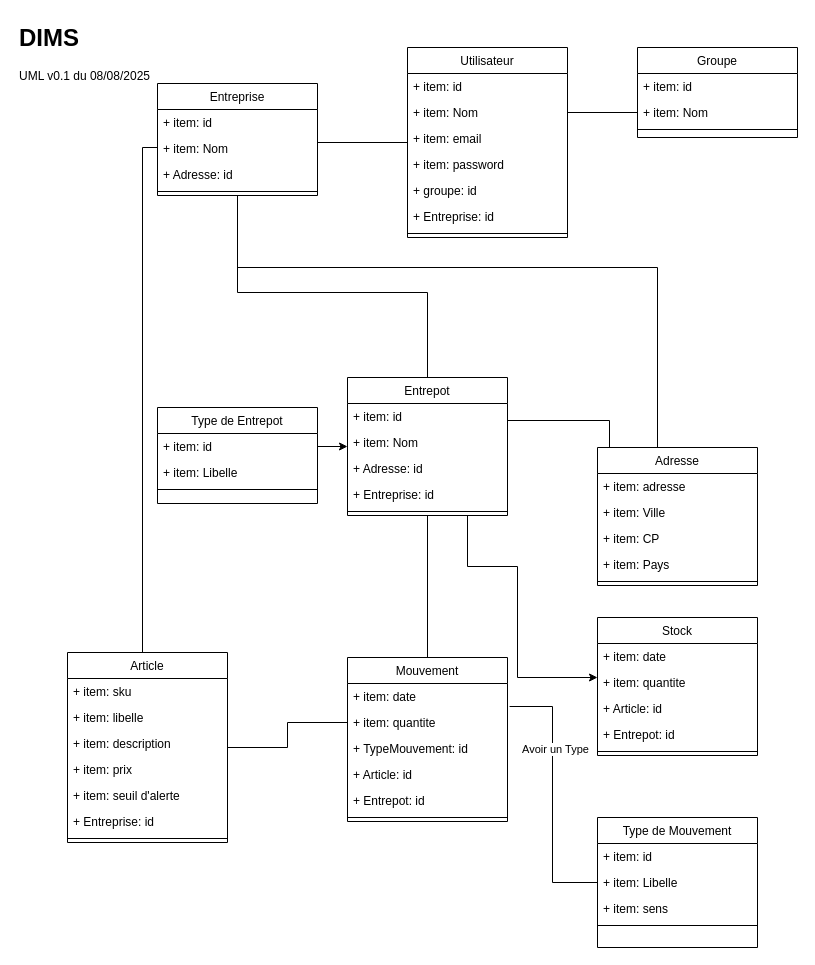
The draw.io diagram page "UML" (1 of 2) of dims.drawio in sm-github-repo/DIMS, before the edit. Source tidied: cells renumbered, new cells numbered last; positions are measured from the earlier drawing's top-left corner, leaving out a move shared by most shapes. Both pictures are drawn from the tidied source at 100%, with x=0, y=0 at pixel (17, 17).
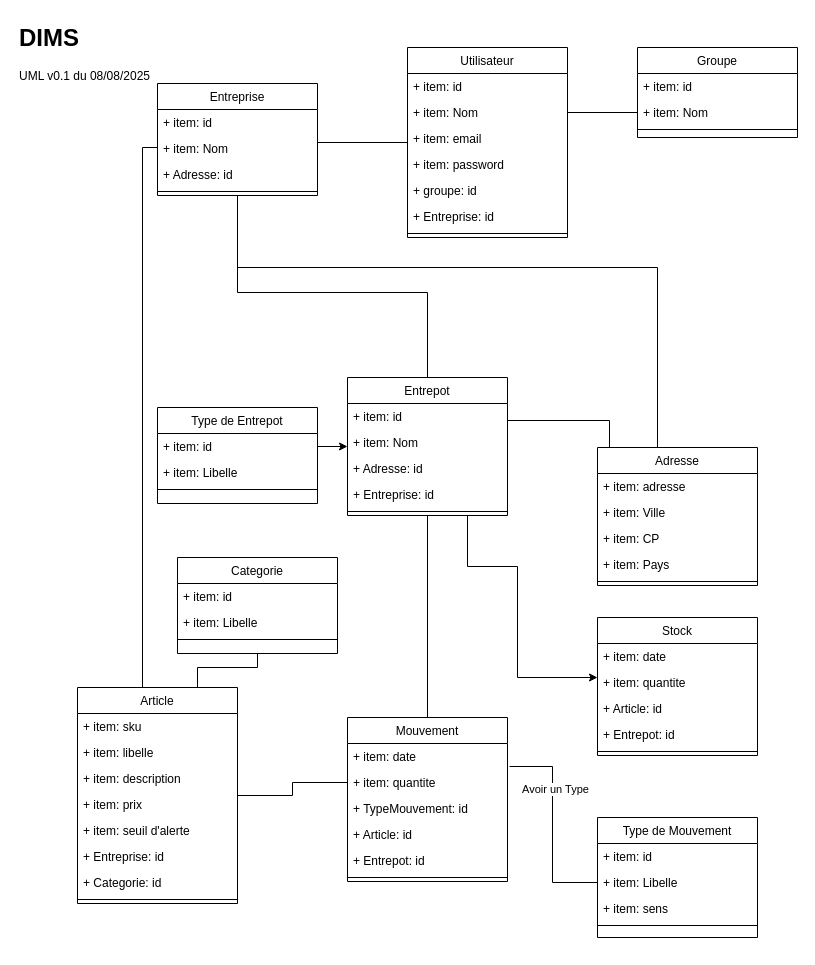
After the change.

Diff of the diagram source:
```diff
@@
+    <mxCell id="74" style="edgeStyle=orthogonalEdgeStyle;rounded=0;jettySize=auto;html=1;exitX=0.75;exitY=0;exitDx=0;exitDy=0;entryX=0.5;entryY=1;entryDx=0;entryDy=0;shadow=0;strokeColor=default;strokeWidth=1;align=center;verticalAlign=middle;fontFamily=Helvetica;fontSize=11;fontColor=default;labelBackgroundColor=default;elbow=vertical;startFill=0;endArrow=none;endFill=1;endSize=10;curved=0;" parent="1" edge="1" source="9" target="76">
+      <mxGeometry relative="1" as="geometry" />
+    </mxCell>
     <mxCell id="9" value="Article" style="swimlane;fontStyle=0;align=center;verticalAlign=top;horizontal=1;startSize=26;rounded=0;shadow=0;strokeWidth=1;" parent="1" vertex="1">
-      <mxGeometry x="50" y="635" width="160" height="190" as="geometry" />
+      <mxGeometry x="60" y="670" width="160" height="216" as="geometry" />
     </mxCell>
@@
+    <mxCell id="75" value="+ Categorie: id" style="text;strokeColor=none;fillColor=none;align=left;verticalAlign=top;spacingLeft=4;spacingRight=4;overflow=hidden;whiteSpace=wrap;html=1;" parent="9" vertex="1">
+      <mxGeometry y="182" width="160" height="26" as="geometry" />
+    </mxCell>
     <mxCell id="16" style="line;html=1;strokeWidth=1;align=left;verticalAlign=middle;spacingTop=-1;spacingLeft=3;spacingRight=3;labelPosition=right;" parent="9" vertex="1">
-      <mxGeometry y="182" width="160" height="8" as="geometry" />
+      <mxGeometry y="208" width="160" height="8" as="geometry" />
     </mxCell>
@@
     <mxCell id="42" value="Mouvement" style="swimlane;fontStyle=0;align=center;verticalAlign=top;horizontal=1;startSize=26;rounded=0;shadow=0;strokeWidth=1;" parent="1" vertex="1">
-      <mxGeometry x="330" y="640" width="160" height="164" as="geometry" />
+      <mxGeometry x="330" y="700" width="160" height="164" as="geometry" />
     </mxCell>
@@
     <mxCell id="49" value="Type de Mouvement" style="swimlane;fontStyle=0;align=center;verticalAlign=top;horizontal=1;startSize=26;rounded=0;shadow=0;strokeWidth=1;" parent="1" vertex="1">
-      <mxGeometry x="580" y="800" width="160" height="130" as="geometry" />
+      <mxGeometry x="580" y="800" width="160" height="120" as="geometry" />
     </mxCell>
@@
+    <mxCell id="76" value="Categorie" style="swimlane;fontStyle=0;align=center;verticalAlign=top;horizontal=1;startSize=26;rounded=0;shadow=0;strokeWidth=1;" parent="1" vertex="1">
+      <mxGeometry x="160" y="540" width="160" height="96" as="geometry" />
+    </mxCell>
+    <mxCell id="77" value="+ item: id" style="text;strokeColor=none;fillColor=none;align=left;verticalAlign=top;spacingLeft=4;spacingRight=4;overflow=hidden;whiteSpace=wrap;html=1;" parent="76" vertex="1">
+      <mxGeometry y="26" width="160" height="26" as="geometry" />
+    </mxCell>
+    <mxCell id="78" value="+ item: Libelle" style="text;strokeColor=none;fillColor=none;align=left;verticalAlign=top;spacingLeft=4;spacingRight=4;overflow=hidden;whiteSpace=wrap;html=1;" parent="76" vertex="1">
+      <mxGeometry y="52" width="160" height="26" as="geometry" />
+    </mxCell>
+    <mxCell id="79" style="line;html=1;strokeWidth=1;align=left;verticalAlign=middle;spacingTop=-1;spacingLeft=3;spacingRight=3;labelPosition=right;" parent="76" vertex="1">
+      <mxGeometry y="78" width="160" height="8" as="geometry" />
+    </mxCell>
```
